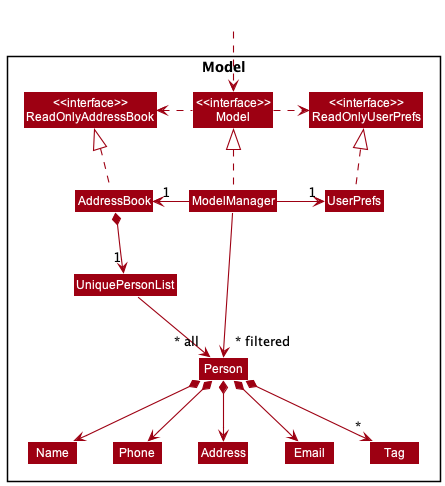
The PlantUML diagram docs/images/ModelClassDiagram.png in nus-cs2103-AY2223S2/tp, before a commit.
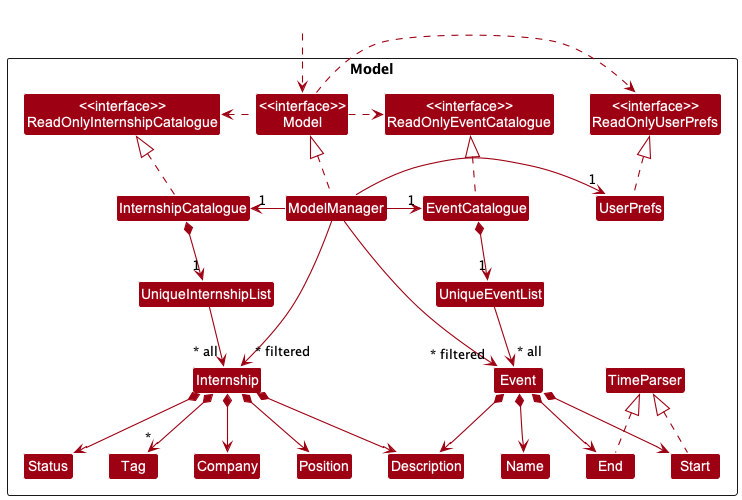
After the commit.

The edit, as a diff of the source:
```diff
@@ -4,47 +4,65 @@
 skinparam arrowColor MODEL_COLOR
 skinparam classBackgroundColor MODEL_COLOR
 
-Package Model <<Rectangle>>{
-Class "<<interface>>\nReadOnlyAddressBook" as ReadOnlyAddressBook
+Package Model <<Rectangle>> {
+Class "<<interface>>\nReadOnlyInternshipCatalogue" as ReadOnlyInternshipCatalogue
+Class "<<interface>>\nReadOnlyEventCatalogue" as ReadOnlyEventCatalogue
 Class "<<interface>>\nReadOnlyUserPrefs" as ReadOnlyUserPrefs
 Class "<<interface>>\nModel" as Model
-Class AddressBook
+Class InternshipCatalogue
 Class ModelManager
 Class UserPrefs
-
-Class UniquePersonList
-Class Person
-Class Address
-Class Email
+Class UniqueInternshipList
+Class Internship
+Class Company
+Class Position
+Class Status
+Class Description
+Class Tag
+Class EventCatalogue
+Class UniqueEventList
+Class Event
+Class Start
+Class End
 Class Name
-Class Phone
-Class Tag
-
+Class TimeParser
 }
 
 Class HiddenOutside #FFFFFF
 HiddenOutside ..> Model
 
-AddressBook .up.|> ReadOnlyAddressBook
+InternshipCatalogue .up.|> ReadOnlyInternshipCatalogue
+EventCatalogue .up.|> ReadOnlyEventCatalogue
 
 ModelManager .up.|> Model
 Model .right.> ReadOnlyUserPrefs
-Model .left.> ReadOnlyAddressBook
-ModelManager -left-> "1" AddressBook
+Model .right.> ReadOnlyEventCatalogue
+Model .left.> ReadOnlyInternshipCatalogue
+ModelManager -left-> "1" InternshipCatalogue
+ModelManager -right-> "1" EventCatalogue
 ModelManager -right-> "1" UserPrefs
 UserPrefs .up.|> ReadOnlyUserPrefs
 
-AddressBook *--> "1" UniquePersonList
-UniquePersonList --> "~* all" Person
-Person *--> Name
-Person *--> Phone
-Person *--> Email
-Person *--> Address
-Person *--> "*" Tag
+InternshipCatalogue *--> "1" UniqueInternshipList
+EventCatalogue *--> "1" UniqueEventList
+UniqueInternshipList --> "~* all" Internship
+UniqueEventList --> "~* all" Event
+Internship *--> Status
+Internship *--> Description
+Internship *--> Position
+Internship *--> Company
+Internship *--> "*" Tag
+Event *--> Name
+Event *--> Description
+Event *--> Start
+Event *--> End
+Start  .up.|> TimeParser
+End  .up.|> TimeParser
 
-Name -[hidden]right-> Phone
-Phone -[hidden]right-> Address
-Address -[hidden]right-> Email
+Status -[hidden]right-> Description
+Description -[hidden]right-> Company
+Company -[hidden]right-> Position
 
-ModelManager -->"~* filtered" Person
+ModelManager -->"~* filtered" Internship
+ModelManager -->"~* filtered" Event
 @enduml
```
